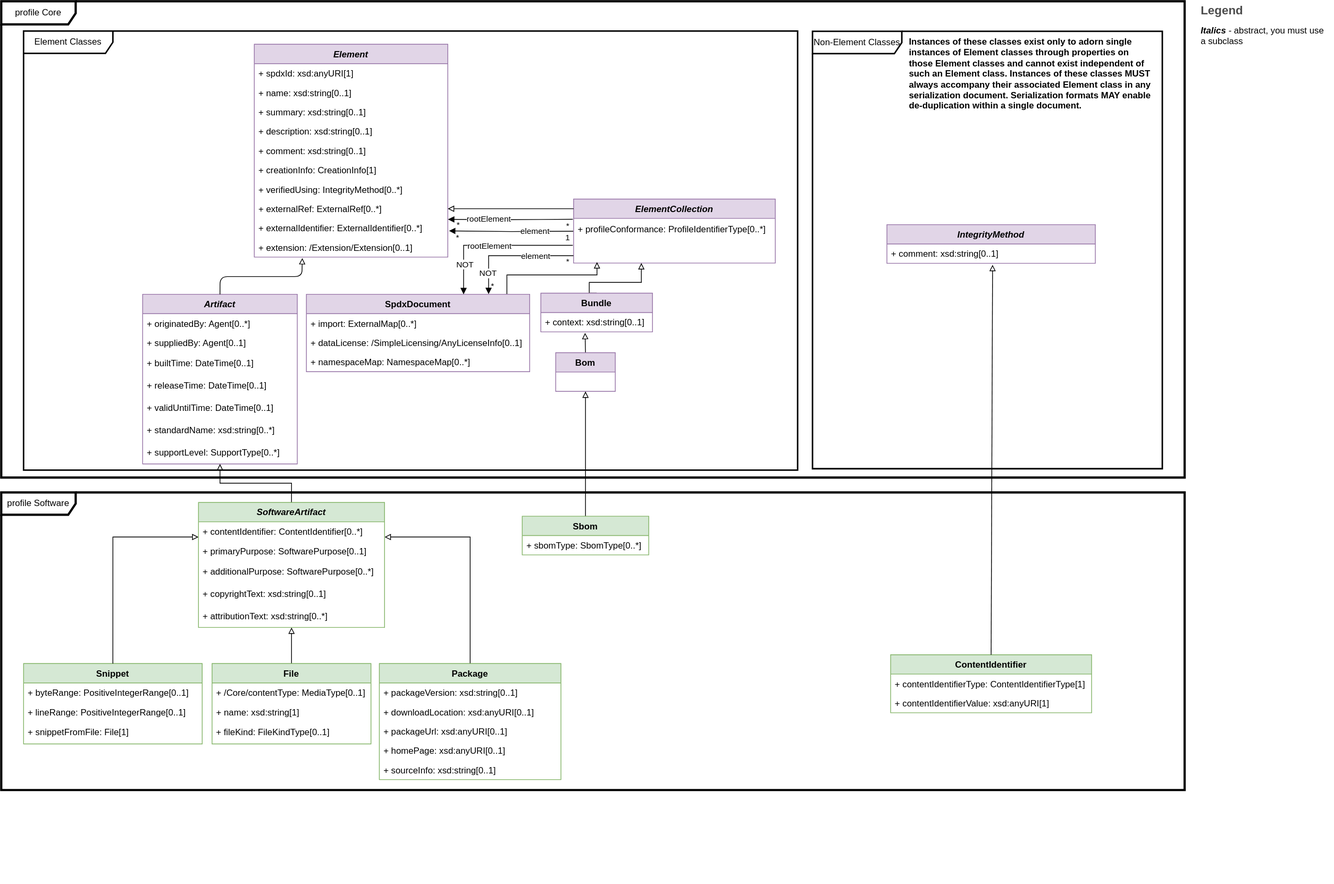
This is images/model-software.svg from spdx/spdx-3-model, a draw.io export, as it was before one commit. Source tidied: cells renumbered, new cells last; positions are measured from the earlier drawing's top-left corner, leaving out a move shared by most shapes.
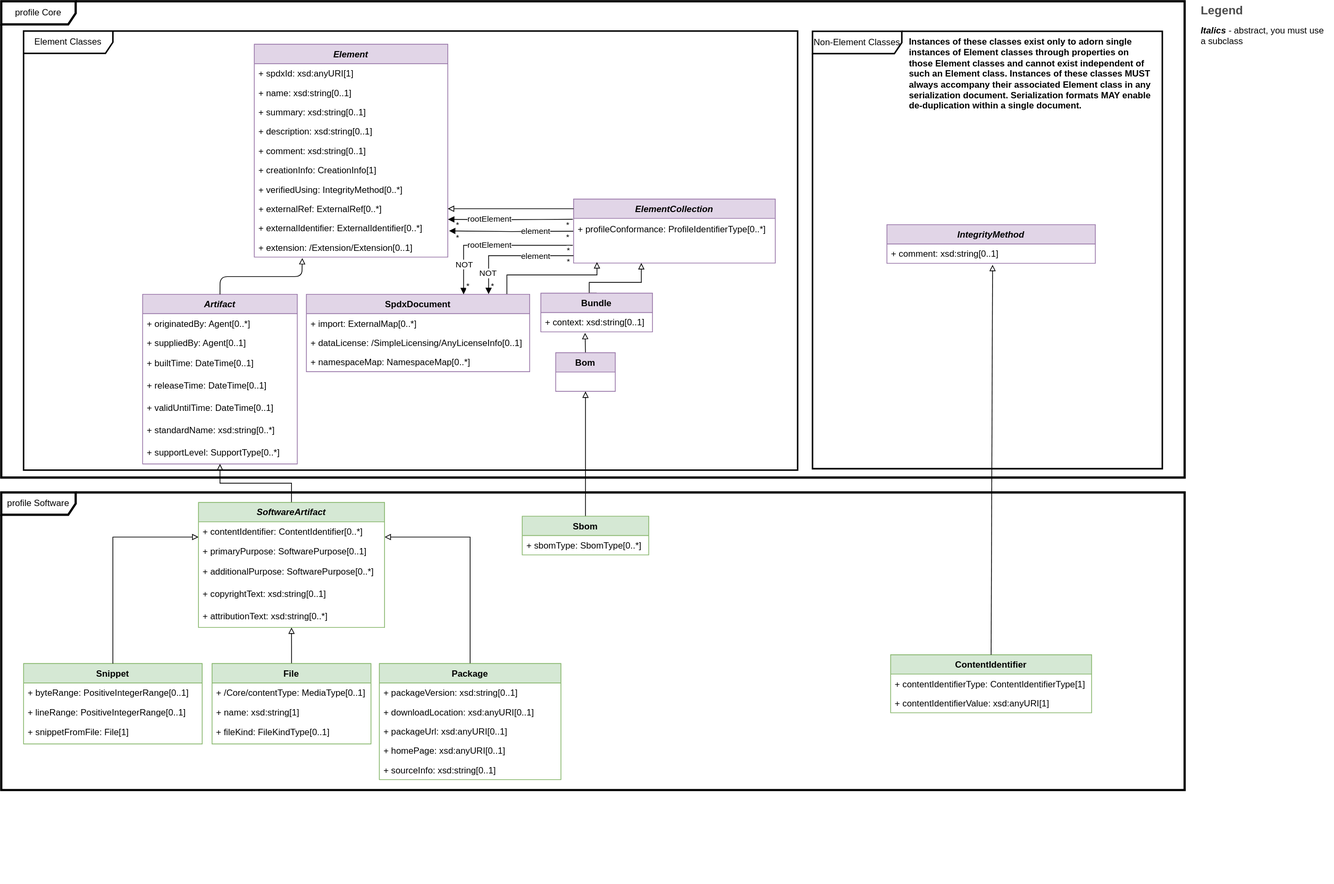
After the change.

What changed in the source:
```diff
@@ -203,7 +203,7 @@
         <mxPoint x="-7" y="12" as="offset" />
       </mxGeometry>
     </mxCell>
-    <mxCell id="57" value="1" style="edgeLabel;html=1;align=center;verticalAlign=middle;" parent="55" vertex="1">
+    <mxCell id="57" value="*" style="edgeLabel;html=1;align=center;verticalAlign=middle;" parent="55" vertex="1">
       <mxGeometry x="-0.9" relative="1" as="geometry">
         <mxPoint x="0.8" y="8" as="offset" />
       </mxGeometry>
@@ -299,6 +299,16 @@
         <mxPoint x="18" as="offset" />
       </mxGeometry>
     </mxCell>
+    <mxCell id="94" value="&lt;div&gt;*&lt;/div&gt;" style="edgeLabel;html=1;align=center;verticalAlign=middle;" parent="78" vertex="1">
+      <mxGeometry x="-0.94" y="1" relative="1" as="geometry">
+        <mxPoint y="6" as="offset" />
+      </mxGeometry>
+    </mxCell>
+    <mxCell id="95" value="*" style="edgeLabel;html=1;align=center;verticalAlign=middle;" parent="78" vertex="1">
+      <mxGeometry x="0.88" y="1" relative="1" as="geometry">
+        <mxPoint x="5" y="2" as="offset" />
+      </mxGeometry>
+    </mxCell>
     <mxCell id="81" style="edgeStyle=orthogonalEdgeStyle;rounded=0;jettySize=auto;html=1;endArrow=block;endFill=1;entryX=0.816;entryY=-0.002;entryDx=0;entryDy=0;entryPerimeter=0;exitX=-0.001;exitY=0.669;exitDx=0;exitDy=0;exitPerimeter=0;" parent="1" edge="1" source="26" target="66">
       <mxGeometry x="0.66" relative="1" as="geometry">
         <Array as="points">
```
